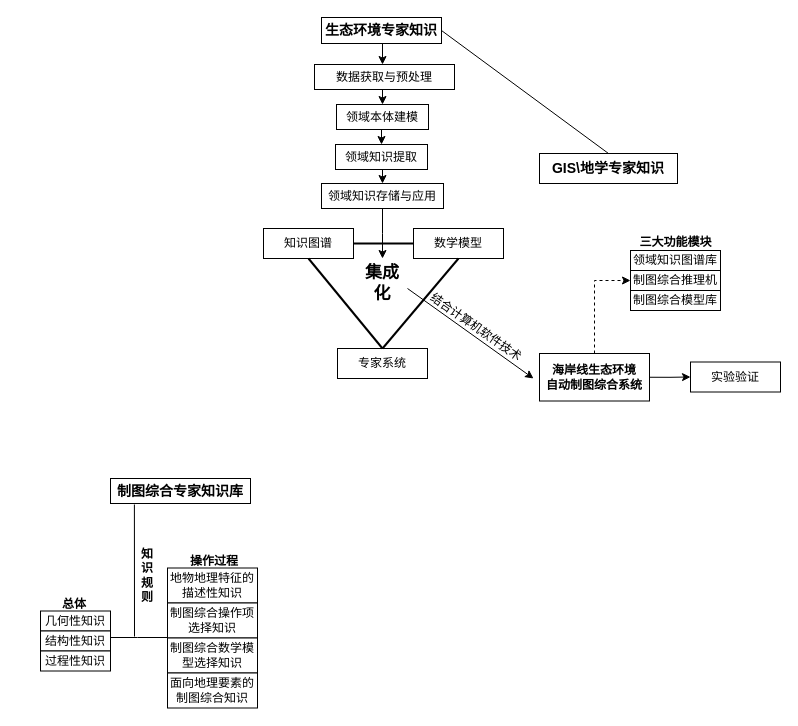
Earlier version of the draw.io diagram KG CG.drawio (huxinkan517/DRAW.IO). Source tidied: cells renumbered, new cells numbered last; positions are measured from the earlier drawing's top-left corner, leaving out a move shared by most shapes. Both pictures are drawn from the tidied source at 100%, with x=0, y=0 at pixel (40, 17).
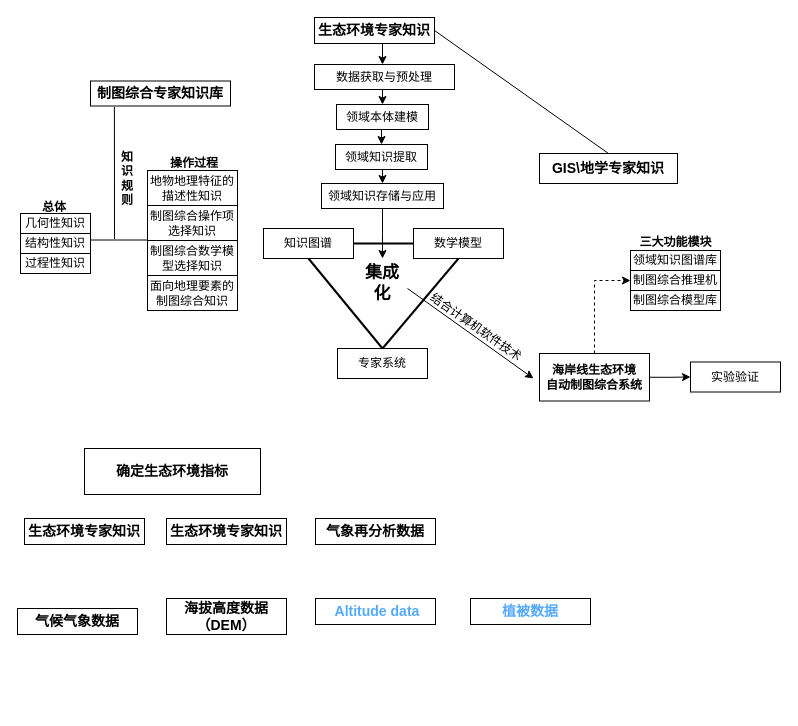
Above is the later version.

Diff of the diagram source:
```diff
@@
     <mxCell id="6" value="&lt;span style=&quot;font-size: 10.5pt&quot;&gt;制图综合专家知识库&lt;/span&gt;" style="rounded=0;whiteSpace=wrap;html=1;fontStyle=1;" parent="1" vertex="1">
-      <mxGeometry x="70" y="461" width="140" height="25" as="geometry" />
+      <mxGeometry x="50" y="63.5" width="140" height="25" as="geometry" />
     </mxCell>
@@
     <mxCell id="9" value="&lt;span style=&quot;font-size: 10.5pt&quot;&gt;生态环境专家知识&lt;/span&gt;" style="rounded=0;whiteSpace=wrap;html=1;fontStyle=1;" parent="1" vertex="1">
-      <mxGeometry x="281" width="120" height="26" as="geometry" />
+      <mxGeometry x="274" width="120" height="26" as="geometry" />
     </mxCell>
@@
     <mxCell id="16" value="几何性知识" style="rounded=0;whiteSpace=wrap;html=1;" parent="1" vertex="1">
-      <mxGeometry y="593.5" width="70" height="20" as="geometry" />
+      <mxGeometry x="-20" y="196" width="70" height="20" as="geometry" />
     </mxCell>
     <mxCell id="17" value="结构性知识" style="rounded=0;whiteSpace=wrap;html=1;" parent="1" vertex="1">
-      <mxGeometry y="613.5" width="70" height="20" as="geometry" />
+      <mxGeometry x="-20" y="216" width="70" height="20" as="geometry" />
     </mxCell>
     <mxCell id="18" value="过程性知识" style="rounded=0;whiteSpace=wrap;html=1;" parent="1" vertex="1">
-      <mxGeometry y="633.5" width="70" height="20" as="geometry" />
+      <mxGeometry x="-20" y="236" width="70" height="20" as="geometry" />
     </mxCell>
     <mxCell id="19" value="地物地理特征的描述性知识" style="rounded=0;whiteSpace=wrap;html=1;" parent="1" vertex="1">
-      <mxGeometry x="127" y="550.5" width="90" height="35" as="geometry" />
+      <mxGeometry x="107" y="153" width="90" height="35" as="geometry" />
     </mxCell>
     <mxCell id="20" value="制图综合操作项选择知识" style="rounded=0;whiteSpace=wrap;html=1;" parent="1" vertex="1">
-      <mxGeometry x="127" y="585.5" width="90" height="35" as="geometry" />
+      <mxGeometry x="107" y="188" width="90" height="35" as="geometry" />
     </mxCell>
     <mxCell id="21" value="制图综合数学模型选择知识" style="rounded=0;whiteSpace=wrap;html=1;" parent="1" vertex="1">
-      <mxGeometry x="127" y="620.5" width="90" height="35" as="geometry" />
+      <mxGeometry x="107" y="223" width="90" height="35" as="geometry" />
     </mxCell>
     <mxCell id="22" value="面向地理要素的制图综合知识" style="rounded=0;whiteSpace=wrap;html=1;" parent="1" vertex="1">
-      <mxGeometry x="127" y="655.5" width="90" height="35" as="geometry" />
+      <mxGeometry x="107" y="258" width="90" height="35" as="geometry" />
     </mxCell>
@@
     <mxCell id="26" style="endArrow=none;html=1;rounded=0;fontSize=12;entryX=0.171;entryY=1.08;entryDx=0;entryDy=0;entryPerimeter=0;" parent="1" edge="1">
       <mxGeometry relative="1" as="geometry">
-        <mxPoint x="94" y="619" as="sourcePoint" />
-        <mxPoint x="93.9" y="487" as="targetPoint" />
+        <mxPoint x="74" y="221.5" as="sourcePoint" />
+        <mxPoint x="73.9" y="89.5" as="targetPoint" />
       </mxGeometry>
     </mxCell>
     <mxCell id="27" style="endArrow=none;html=1;rounded=0;fontSize=12;" parent="1" edge="1">
       <mxGeometry relative="1" as="geometry">
-        <mxPoint x="127" y="620" as="sourcePoint" />
-        <mxPoint x="97" y="620" as="targetPoint" />
+        <mxPoint x="107" y="222.5" as="sourcePoint" />
+        <mxPoint x="77" y="222.5" as="targetPoint" />
       </mxGeometry>
     </mxCell>
     <mxCell id="28" style="endArrow=none;html=1;rounded=0;fontSize=12;" parent="1" edge="1">
       <mxGeometry relative="1" as="geometry">
-        <mxPoint x="97" y="620" as="sourcePoint" />
-        <mxPoint x="70" y="620" as="targetPoint" />
+        <mxPoint x="77" y="222.5" as="sourcePoint" />
+        <mxPoint x="50" y="222.5" as="targetPoint" />
       </mxGeometry>
     </mxCell>
     <mxCell id="29" value="知识规则" style="text;html=1;strokeColor=none;fillColor=none;align=center;verticalAlign=middle;whiteSpace=wrap;rounded=0;dashed=1;fontSize=12;fontStyle=1;" parent="1" vertex="1">
-      <mxGeometry x="97" y="510" width="20" height="96.5" as="geometry" />
+      <mxGeometry x="77" y="112.5" width="20" height="96.5" as="geometry" />
     </mxCell>
     <mxCell id="30" value="总体" style="text;html=1;strokeColor=none;fillColor=none;align=center;verticalAlign=middle;whiteSpace=wrap;rounded=0;dashed=1;fontSize=12;fontStyle=1;" parent="1" vertex="1">
-      <mxGeometry x="4" y="572" width="60" height="30" as="geometry" />
+      <mxGeometry x="-16" y="174.5" width="60" height="30" as="geometry" />
     </mxCell>
     <mxCell id="31" value="操作过程" style="text;html=1;strokeColor=none;fillColor=none;align=center;verticalAlign=middle;whiteSpace=wrap;rounded=0;dashed=1;fontSize=12;fontStyle=1;" parent="1" vertex="1">
-      <mxGeometry x="144" y="528.5" width="60" height="30" as="geometry" />
+      <mxGeometry x="124" y="131" width="60" height="30" as="geometry" />
     </mxCell>
@@
+    <mxCell id="45" value="&lt;span style=&quot;font-size: 10.5pt&quot;&gt;生态环境专家知识&lt;/span&gt;" style="rounded=0;whiteSpace=wrap;html=1;fontStyle=1;" parent="1" vertex="1">
+      <mxGeometry x="-16" y="501" width="120" height="26" as="geometry" />
+    </mxCell>
+    <mxCell id="46" value="&lt;span style=&quot;font-size: 10.5pt&quot;&gt;生态环境专家知识&lt;/span&gt;" style="rounded=0;whiteSpace=wrap;html=1;fontStyle=1;" parent="1" vertex="1">
+      <mxGeometry x="126" y="501" width="120" height="26" as="geometry" />
+    </mxCell>
+    <mxCell id="47" value="&lt;span style=&quot;font-size: 14px&quot;&gt;气象再分析数据&lt;/span&gt;" style="rounded=0;whiteSpace=wrap;html=1;fontStyle=1;" parent="1" vertex="1">
+      <mxGeometry x="275" y="501" width="120" height="26" as="geometry" />
+    </mxCell>
+    <mxCell id="48" value="&lt;span style=&quot;font-size: 10.5pt&quot;&gt;确定生态环境指标&lt;/span&gt;" style="rounded=0;whiteSpace=wrap;html=1;fontStyle=1;" parent="1" vertex="1">
+      <mxGeometry x="44" y="431" width="176" height="46" as="geometry" />
+    </mxCell>
+    <mxCell id="49" value="&lt;span style=&quot;font-size: 10.5pt&quot;&gt;气候气象数据&lt;/span&gt;" style="rounded=0;whiteSpace=wrap;html=1;fontStyle=1;" parent="1" vertex="1">
+      <mxGeometry x="-23" y="591" width="120" height="26" as="geometry" />
+    </mxCell>
+    <mxCell id="50" value="&lt;span style=&quot;font-size: 14px&quot;&gt;海拔高度数据（DEM）&lt;/span&gt;" style="rounded=0;whiteSpace=wrap;html=1;fontStyle=1;" parent="1" vertex="1">
+      <mxGeometry x="126" y="581" width="120" height="36" as="geometry" />
+    </mxCell>
+    <mxCell id="51" value="&lt;span style=&quot;font-size: 14px&quot;&gt;&lt;span class=&quot;easyScholarTranslationResult&quot; style=&quot;color: rgb(85 , 170 , 255) ; font-weight: bold&quot;&gt;&amp;nbsp;Altitude data  &lt;/span&gt;&lt;/span&gt;" style="rounded=0;whiteSpace=wrap;html=1;fontStyle=1;" parent="1" vertex="1">
+      <mxGeometry x="275" y="581" width="120" height="26" as="geometry" />
+    </mxCell>
+    <mxCell id="52" value="&lt;span style=&quot;font-size: 14px&quot;&gt;&lt;span class=&quot;easyScholarTranslationResult&quot; style=&quot;color: rgb(85 , 170 , 255) ; font-weight: bold&quot;&gt;植被数据&lt;/span&gt;&lt;/span&gt;" style="rounded=0;whiteSpace=wrap;html=1;fontStyle=1;" parent="1" vertex="1">
+      <mxGeometry x="430" y="581" width="120" height="26" as="geometry" />
+    </mxCell>
```
